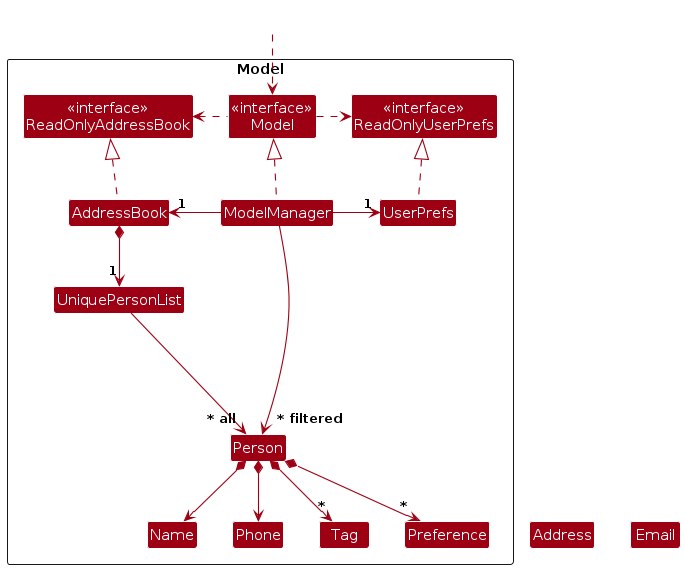
Above: diagrams/ModelClassDiagram.png in AY2425S2-CS2103T-T08-1/tp (PlantUML), before the change. Its source is kept beside it as diagrams/ModelClassDiagram.puml. Its diagram source:
```plantuml
@startuml
!include style.puml
skinparam arrowThickness 1.1
skinparam arrowColor MODEL_COLOR
skinparam classBackgroundColor MODEL_COLOR

Package Model as ModelPackage <<Rectangle>>{
Class "<<interface>>\nReadOnlyAddressBook" as ReadOnlyAddressBook
Class "<<interface>>\nReadOnlyUserPrefs" as ReadOnlyUserPrefs
Class "<<interface>>\nModel" as Model
Class AddressBook
Class ModelManager
Class UserPrefs

Class UniquePersonList
Class Person
Class Name
Class Phone
Class Tag
Class Preference

Class I #FFFFFF
}

Class HiddenOutside #FFFFFF
HiddenOutside ..> Model

AddressBook .up.|> ReadOnlyAddressBook

ModelManager .up.|> Model
Model .right.> ReadOnlyUserPrefs
Model .left.> ReadOnlyAddressBook
ModelManager -left-> "1" AddressBook
ModelManager -right-> "1" UserPrefs
UserPrefs .up.|> ReadOnlyUserPrefs

AddressBook *--> "1" UniquePersonList
UniquePersonList --> "~* all" Person
Person *--> Name
Person *--> Phone
Person *--> "*" Tag
Person *--> "*" Preference

Person -[hidden]up--> I
UniquePersonList -[hidden]right-> I

Name -[hidden]right-> Phone
Phone -[hidden]right-> Address
Address -[hidden]right-> Email

ModelManager --> "~* filtered" Person
@enduml
```
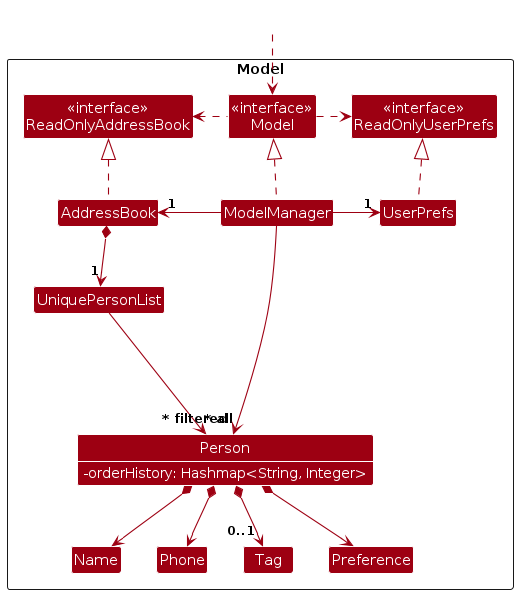
After the commit.

Diff of the diagram source:
```diff
@@ -3,6 +3,8 @@
 skinparam arrowThickness 1.1
 skinparam arrowColor MODEL_COLOR
 skinparam classBackgroundColor MODEL_COLOR
+skinparam classAttributeIconSize 0
+skinparam ClassAttributeFontColor white
 
 Package Model as ModelPackage <<Rectangle>>{
 Class "<<interface>>\nReadOnlyAddressBook" as ReadOnlyAddressBook
@@ -13,7 +15,10 @@
 Class UserPrefs
 
 Class UniquePersonList
-Class Person
+Class Person {
+    -orderHistory: Hashmap<String, Integer>
+}
+show Person fields
 Class Name
 Class Phone
 Class Tag
@@ -38,15 +43,13 @@
 UniquePersonList --> "~* all" Person
 Person *--> Name
 Person *--> Phone
-Person *--> "*" Tag
-Person *--> "*" Preference
+Person *--> "0..1" Tag
+Person *--> Preference
 
 Person -[hidden]up--> I
 UniquePersonList -[hidden]right-> I
 
 Name -[hidden]right-> Phone
-Phone -[hidden]right-> Address
-Address -[hidden]right-> Email
 
 ModelManager --> "~* filtered" Person
 @enduml
```
